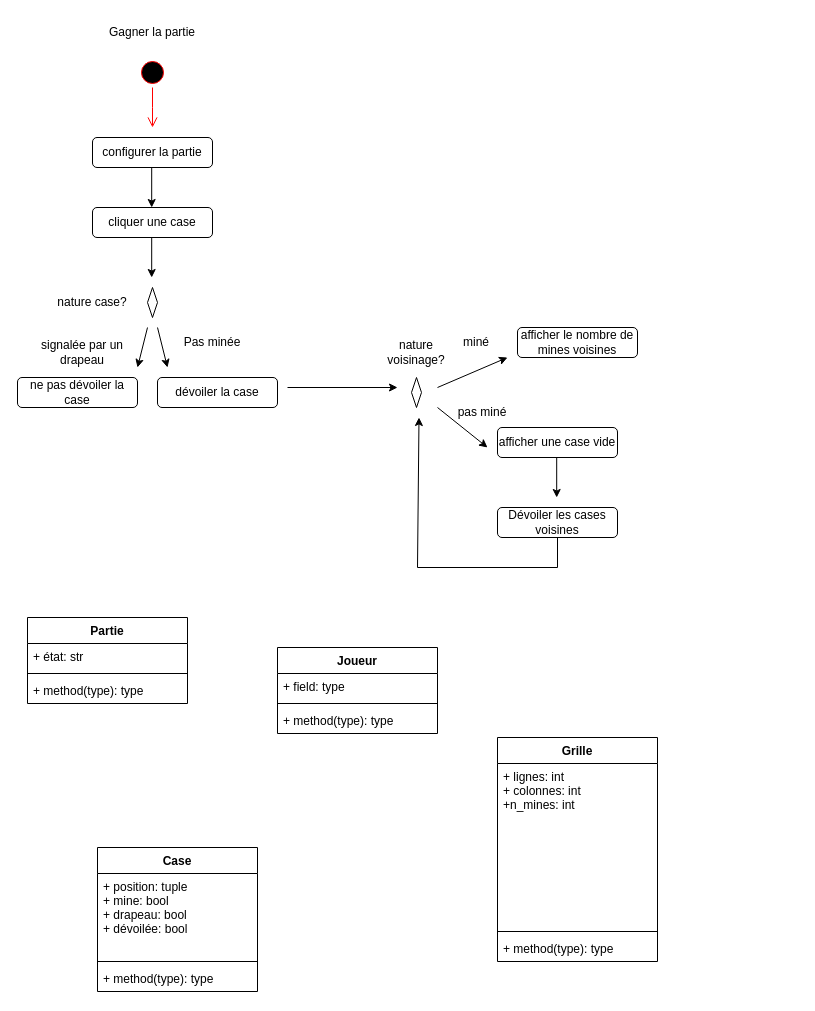
Before: demineur.drawio in aminaelm/demineur, a draw.io diagram. Source tidied: cells renumbered, new cells numbered last; positions are measured from the earlier drawing's top-left corner, leaving out a move shared by most shapes. Both pictures are drawn from the tidied source at 100%, with x=0, y=0 at pixel (17, 17).
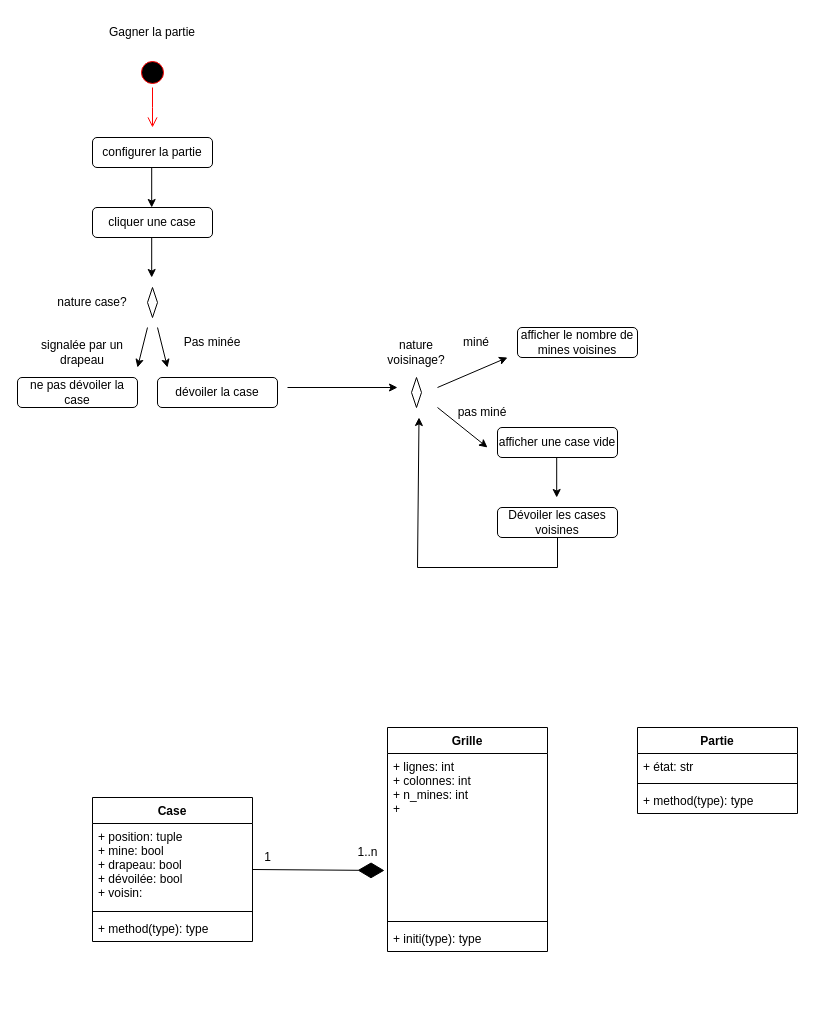
Above is the later version.

Commit message:
Mettre à jour demineur.drawio

The edit, as a diff of the source:
```diff
@@
-    <mxCell id="29" value="Joueur" style="swimlane;fontStyle=1;align=center;verticalAlign=top;horizontal=1;startSize=26;" parent="1" vertex="1">
-      <mxGeometry x="260" y="630" width="160" height="86" as="geometry" />
-    </mxCell>
-    <mxCell id="30" value="+ field: type" style="text;strokeColor=none;fillColor=none;align=left;verticalAlign=top;spacingLeft=4;spacingRight=4;overflow=hidden;" parent="29" vertex="1">
-      <mxGeometry y="26" width="160" height="26" as="geometry" />
-    </mxCell>
-    <mxCell id="31" style="line;strokeWidth=1;fillColor=none;align=left;verticalAlign=middle;spacingTop=-1;spacingLeft=3;spacingRight=3;labelPosition=right;strokeColor=inherit;" parent="29" vertex="1">
-      <mxGeometry y="52" width="160" height="8" as="geometry" />
-    </mxCell>
-    <mxCell id="32" value="+ method(type): type" style="text;strokeColor=none;fillColor=none;align=left;verticalAlign=top;spacingLeft=4;spacingRight=4;overflow=hidden;" parent="29" vertex="1">
-      <mxGeometry y="60" width="160" height="26" as="geometry" />
-    </mxCell>
     <mxCell id="33" value="Partie" style="swimlane;fontStyle=1;align=center;verticalAlign=top;horizontal=1;startSize=26;" parent="1" vertex="1">
-      <mxGeometry x="10" y="600" width="160" height="86" as="geometry" />
+      <mxGeometry x="620" y="710" width="160" height="86" as="geometry" />
     </mxCell>
@@
     <mxCell id="37" value="Case" style="swimlane;fontStyle=1;align=center;verticalAlign=top;horizontal=1;startSize=26;" parent="1" vertex="1">
-      <mxGeometry x="80" y="830" width="160" height="144" as="geometry" />
+      <mxGeometry x="75" y="780" width="160" height="144" as="geometry" />
     </mxCell>
-    <mxCell id="38" value="+ position: tuple&#10;+ mine: bool&#10;+ drapeau: bool &#10;+ dévoilée: bool" style="text;strokeColor=none;fillColor=none;align=left;verticalAlign=top;spacingLeft=4;spacingRight=4;overflow=hidden;" parent="37" vertex="1">
+    <mxCell id="38" value="+ position: tuple&#10;+ mine: bool&#10;+ drapeau: bool &#10;+ dévoilée: bool&#10;+ voisin:  &#10;" style="text;strokeColor=none;fillColor=none;align=left;verticalAlign=top;spacingLeft=4;spacingRight=4;overflow=hidden;fontColor=#000000;" parent="37" vertex="1">
       <mxGeometry y="26" width="160" height="84" as="geometry" />
     </mxCell>
@@
     <mxCell id="41" value="Grille" style="swimlane;fontStyle=1;align=center;verticalAlign=top;horizontal=1;startSize=26;" parent="1" vertex="1">
-      <mxGeometry x="480" y="720" width="160" height="224" as="geometry" />
+      <mxGeometry x="370" y="710" width="160" height="224" as="geometry" />
     </mxCell>
-    <mxCell id="42" value="+ lignes: int&#10;+ colonnes: int&#10;+n_mines: int" style="text;strokeColor=none;fillColor=none;align=left;verticalAlign=top;spacingLeft=4;spacingRight=4;overflow=hidden;" parent="41" vertex="1">
+    <mxCell id="42" value="+ lignes: int&#10;+ colonnes: int&#10;+ n_mines: int&#10;+ &#10;" style="text;strokeColor=none;fillColor=none;align=left;verticalAlign=top;spacingLeft=4;spacingRight=4;overflow=hidden;" parent="41" vertex="1">
       <mxGeometry y="26" width="160" height="164" as="geometry" />
     </mxCell>
@@
-    <mxCell id="44" value="+ method(type): type" style="text;strokeColor=none;fillColor=none;align=left;verticalAlign=top;spacingLeft=4;spacingRight=4;overflow=hidden;" parent="41" vertex="1">
+    <mxCell id="44" value="+ initi(type): type" style="text;strokeColor=none;fillColor=none;align=left;verticalAlign=top;spacingLeft=4;spacingRight=4;overflow=hidden;" parent="41" vertex="1">
       <mxGeometry y="198" width="160" height="26" as="geometry" />
     </mxCell>
+    <mxCell id="45" style="endArrow=diamondThin;endFill=1;endSize=24;html=1;rounded=0;exitX=1;exitY=0.5;exitDx=0;exitDy=0;entryX=0.925;entryY=1.1;entryDx=0;entryDy=0;entryPerimeter=0;" parent="1" edge="1" source="37" target="47">
+      <mxGeometry relative="1" as="geometry" />
+    </mxCell>
+    <mxCell id="46" value="1" style="text;html=1;align=center;verticalAlign=middle;strokeColor=none;fillColor=none;" parent="1" vertex="1">
+      <mxGeometry x="235" y="825" width="30" height="30" as="geometry" />
+    </mxCell>
+    <mxCell id="47" value="1..n" style="text;html=1;align=center;verticalAlign=middle;points=[];strokeColor=none;fillColor=none;" parent="1" vertex="1">
+      <mxGeometry x="330" y="820" width="40" height="30" as="geometry" />
+    </mxCell>
```
